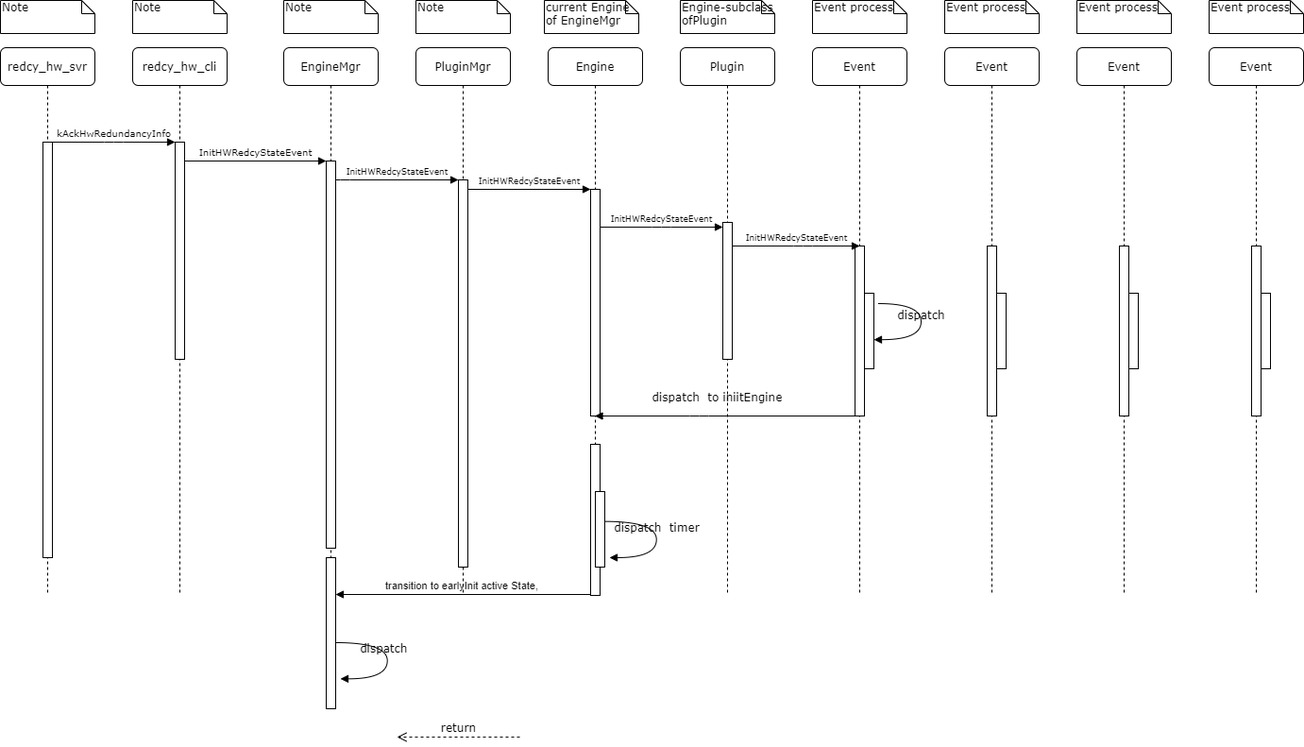
The draw.io diagram UML/StartActiveRedundancy.png in Steve888888/FN-Redundancy, before a commit. Source tidied: cells renumbered, new cells last; positions are measured from the earlier drawing's top-left corner, leaving out a move shared by most shapes.
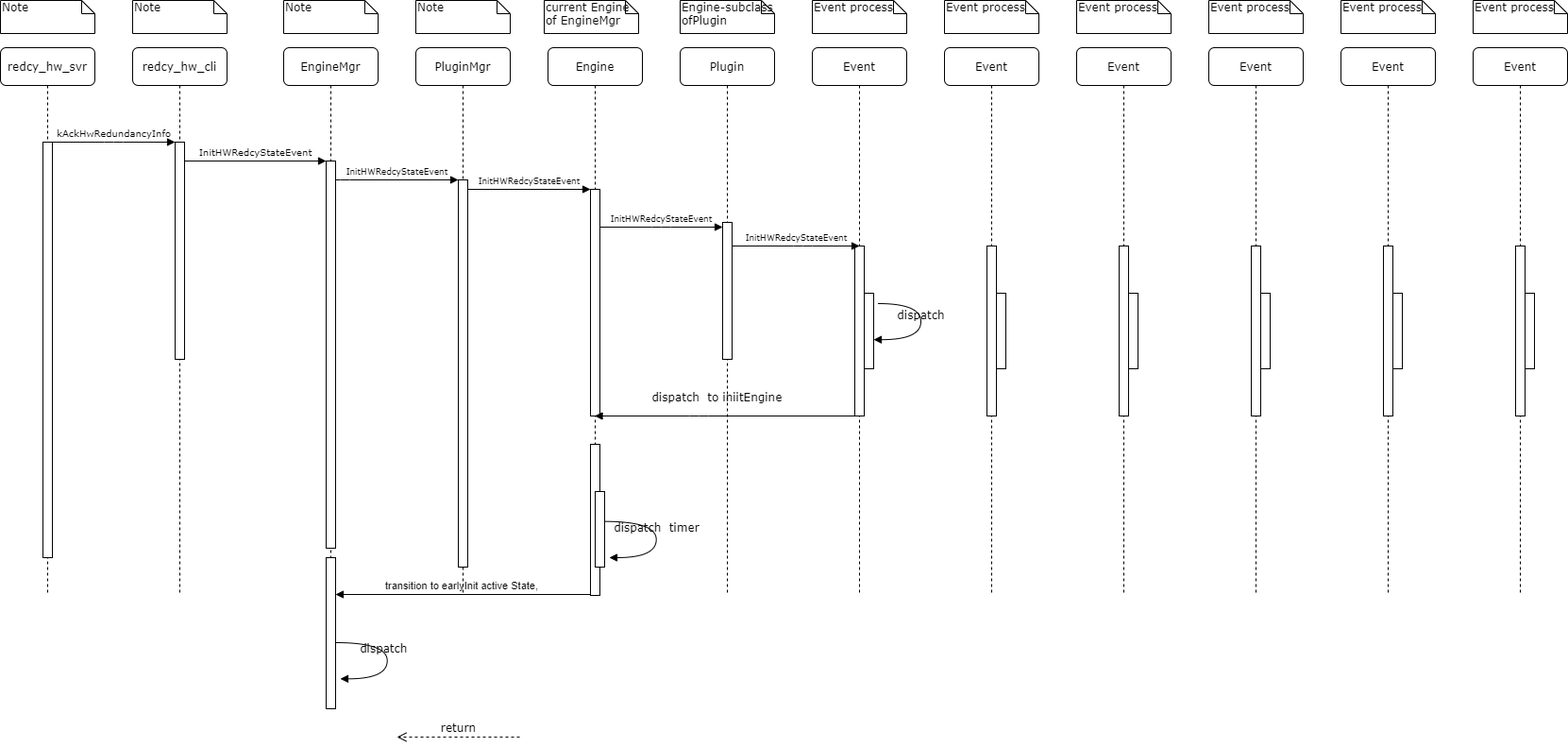
The same file after the commit.

What changed in the source:
```diff
@@ -198,5 +198,29 @@
     <mxCell id="50" style="html=1;perimeter=orthogonalPerimeter;" parent="48" vertex="1">
       <mxGeometry x="55" y="260" width="10" height="80" as="geometry" />
     </mxCell>
+    <mxCell id="51" value="Event process" style="shape=note;whiteSpace=wrap;html=1;size=14;verticalAlign=top;align=left;spacingTop=-6;rounded=0;shadow=0;comic=0;labelBackgroundColor=none;strokeWidth=1;fontFamily=Verdana;fontSize=12;" parent="1" vertex="1">
+      <mxGeometry x="1420" width="100" height="35" as="geometry" />
+    </mxCell>
+    <mxCell id="52" value="Event" style="shape=umlLifeline;perimeter=lifelinePerimeter;whiteSpace=wrap;html=1;rounded=1;shadow=0;comic=0;labelBackgroundColor=none;strokeWidth=1;fontFamily=Verdana;fontSize=12;align=center;" parent="1" vertex="1">
+      <mxGeometry x="1420" y="50" width="100" height="580" as="geometry" />
+    </mxCell>
+    <mxCell id="53" style="html=1;perimeter=orthogonalPerimeter;rounded=0;shadow=0;comic=0;labelBackgroundColor=none;strokeColor=#000000;strokeWidth=1;fillColor=#FFFFFF;fontFamily=Verdana;fontSize=12;fontColor=#000000;align=center;" parent="52" vertex="1">
+      <mxGeometry x="45" y="210" width="10" height="180" as="geometry" />
+    </mxCell>
+    <mxCell id="54" style="html=1;perimeter=orthogonalPerimeter;" parent="52" vertex="1">
+      <mxGeometry x="55" y="260" width="10" height="80" as="geometry" />
+    </mxCell>
+    <mxCell id="55" value="Event process" style="shape=note;whiteSpace=wrap;html=1;size=14;verticalAlign=top;align=left;spacingTop=-6;rounded=0;shadow=0;comic=0;labelBackgroundColor=none;strokeWidth=1;fontFamily=Verdana;fontSize=12;" parent="1" vertex="1">
+      <mxGeometry x="1560" width="100" height="35" as="geometry" />
+    </mxCell>
+    <mxCell id="56" value="Event" style="shape=umlLifeline;perimeter=lifelinePerimeter;whiteSpace=wrap;html=1;rounded=1;shadow=0;comic=0;labelBackgroundColor=none;strokeWidth=1;fontFamily=Verdana;fontSize=12;align=center;" parent="1" vertex="1">
+      <mxGeometry x="1560" y="50" width="100" height="580" as="geometry" />
+    </mxCell>
+    <mxCell id="57" style="html=1;perimeter=orthogonalPerimeter;rounded=0;shadow=0;comic=0;labelBackgroundColor=none;strokeColor=#000000;strokeWidth=1;fillColor=#FFFFFF;fontFamily=Verdana;fontSize=12;fontColor=#000000;align=center;" parent="56" vertex="1">
+      <mxGeometry x="45" y="210" width="10" height="180" as="geometry" />
+    </mxCell>
+    <mxCell id="58" style="html=1;perimeter=orthogonalPerimeter;" parent="56" vertex="1">
+      <mxGeometry x="55" y="260" width="10" height="80" as="geometry" />
+    </mxCell>
   </root>
 </mxGraphModel>
```
